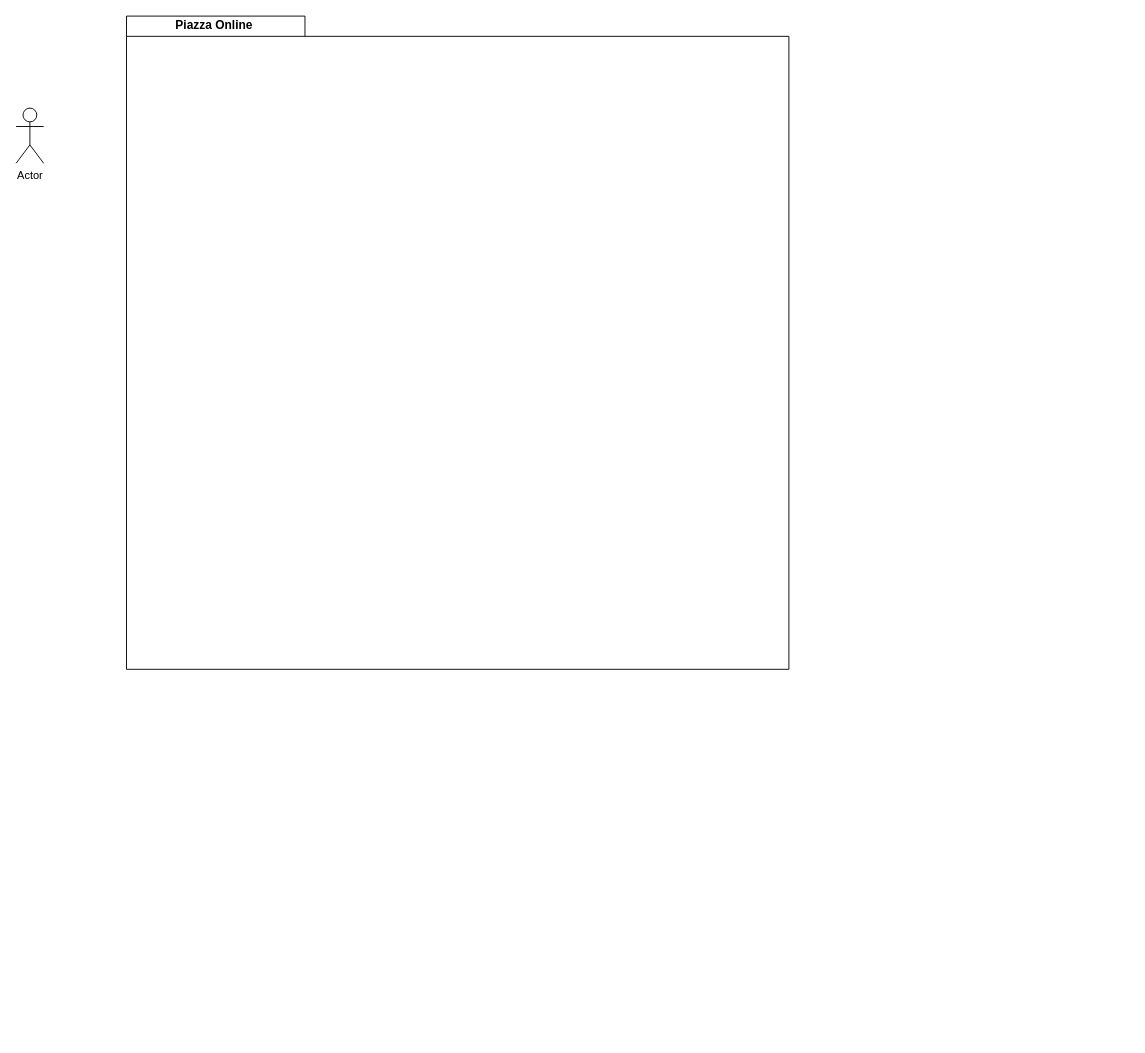
Earlier version of the draw.io diagram use_case_diagram.drawio (VladCiobotariu/InternshipProject). Source tidied: cells renumbered, new cells numbered last; positions are measured from the earlier drawing's top-left corner, leaving out a move shared by most shapes. Both pictures are drawn from the tidied source at 92%, with x=0, y=0 at pixel (16, 16).
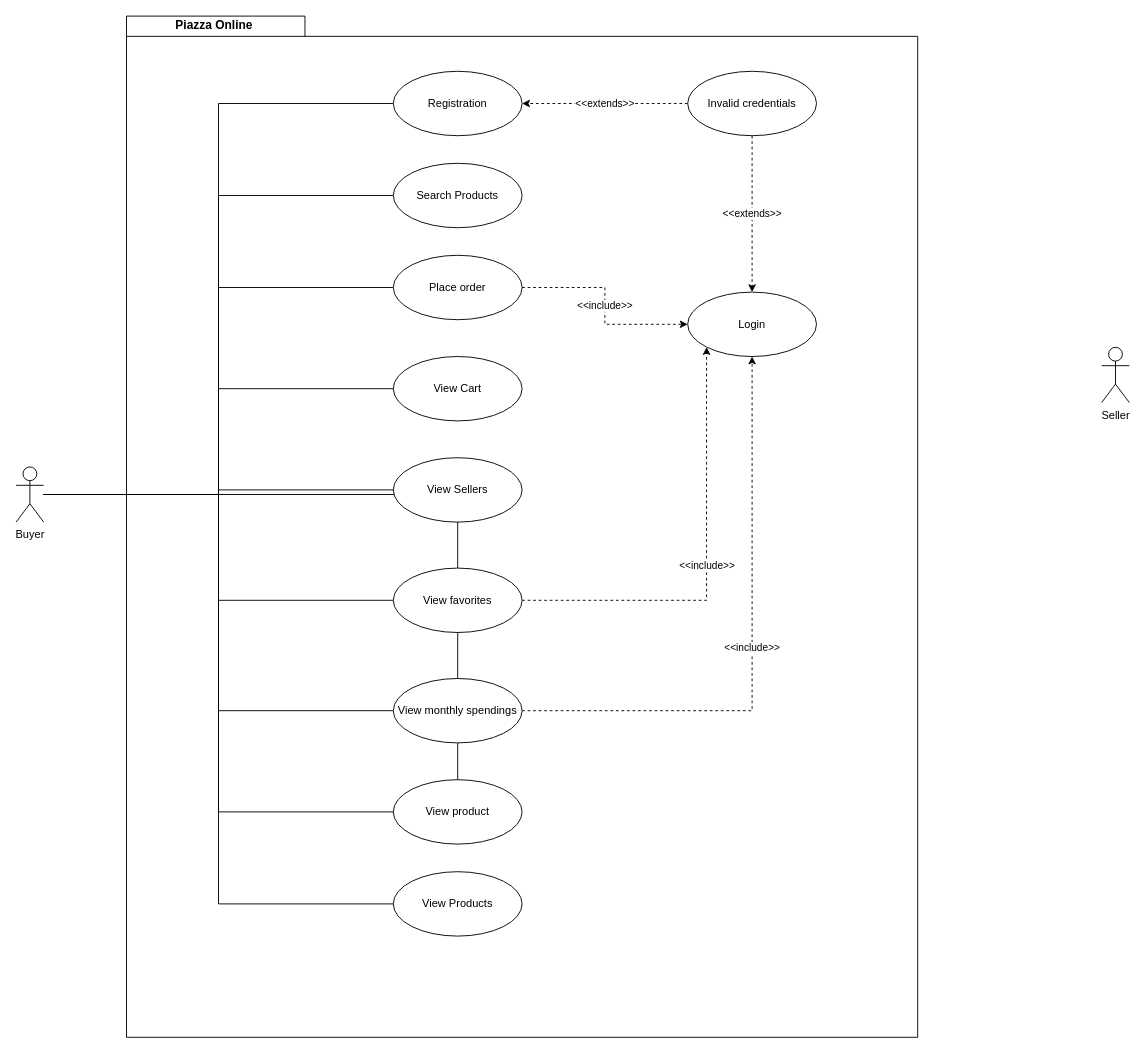
Above is the later version.

Diff of the diagram source:
```diff
@@
     <mxCell id="2" style="shape=folder;fontStyle=1;spacingTop=10;tabWidth=194;tabHeight=22;tabPosition=left;html=1;rounded=0;shadow=0;comic=0;labelBackgroundColor=none;strokeWidth=1;fillColor=none;fontFamily=Verdana;fontSize=10;align=center;" parent="1" vertex="1">
-      <mxGeometry x="120" width="720" height="710" as="geometry" />
+      <mxGeometry x="120" width="860" height="1110" as="geometry" />
     </mxCell>
+    <mxCell id="5" style="edgeStyle=orthogonalEdgeStyle;rounded=0;jettySize=auto;html=1;entryX=0;entryY=0.5;entryDx=0;entryDy=0;endArrow=none;endFill=0;" parent="1" edge="1" source="3" target="15">
+      <mxGeometry relative="1" as="geometry" />
+    </mxCell>
+    <mxCell id="6" style="edgeStyle=orthogonalEdgeStyle;rounded=0;jettySize=auto;html=1;entryX=0;entryY=0.5;entryDx=0;entryDy=0;endArrow=none;endFill=0;" parent="1" edge="1" source="3" target="18">
+      <mxGeometry relative="1" as="geometry" />
+    </mxCell>
+    <mxCell id="7" style="edgeStyle=orthogonalEdgeStyle;rounded=0;jettySize=auto;html=1;entryX=0;entryY=0.5;entryDx=0;entryDy=0;endArrow=none;endFill=0;" parent="1" edge="1" source="3" target="20">
+      <mxGeometry relative="1" as="geometry" />
+    </mxCell>
+    <mxCell id="8" style="edgeStyle=orthogonalEdgeStyle;rounded=0;jettySize=auto;html=1;entryX=0;entryY=0.5;entryDx=0;entryDy=0;endArrow=none;endFill=0;" parent="1" edge="1" source="3" target="22">
+      <mxGeometry relative="1" as="geometry" />
+    </mxCell>
+    <mxCell id="9" style="edgeStyle=orthogonalEdgeStyle;rounded=0;jettySize=auto;html=1;endArrow=none;endFill=0;" parent="1" edge="1" source="3" target="23">
+      <mxGeometry relative="1" as="geometry" />
+    </mxCell>
+    <mxCell id="10" style="edgeStyle=orthogonalEdgeStyle;rounded=0;jettySize=auto;html=1;entryX=0;entryY=0.5;entryDx=0;entryDy=0;endArrow=none;endFill=0;" parent="1" edge="1" source="3" target="25">
+      <mxGeometry relative="1" as="geometry" />
+    </mxCell>
+    <mxCell id="11" style="edgeStyle=orthogonalEdgeStyle;rounded=0;jettySize=auto;html=1;entryX=0;entryY=0.5;entryDx=0;entryDy=0;endArrow=none;endFill=0;" parent="1" edge="1" source="3" target="27">
+      <mxGeometry relative="1" as="geometry" />
+    </mxCell>
+    <mxCell id="12" style="edgeStyle=orthogonalEdgeStyle;rounded=0;jettySize=auto;html=1;endArrow=none;endFill=0;" parent="1" edge="1" source="3" target="28">
+      <mxGeometry relative="1" as="geometry" />
+    </mxCell>
+    <mxCell id="13" style="edgeStyle=orthogonalEdgeStyle;rounded=0;jettySize=auto;html=1;entryX=0;entryY=0.5;entryDx=0;entryDy=0;endArrow=none;endFill=0;" parent="1" edge="1" source="3" target="28">
+      <mxGeometry relative="1" as="geometry" />
+    </mxCell>
+    <mxCell id="14" style="edgeStyle=orthogonalEdgeStyle;rounded=0;jettySize=auto;html=1;entryX=0;entryY=0.5;entryDx=0;entryDy=0;endArrow=none;endFill=0;" parent="1" edge="1" source="3" target="21">
+      <mxGeometry relative="1" as="geometry" />
+    </mxCell>
-    <mxCell id="3" value="Actor" style="shape=umlActor;verticalLabelPosition=bottom;verticalAlign=top;html=1;outlineConnect=0;" parent="1" vertex="1">
-      <mxGeometry y="100" width="30" height="60" as="geometry" />
+    <mxCell id="3" value="Buyer" style="shape=umlActor;verticalLabelPosition=bottom;verticalAlign=top;html=1;outlineConnect=0;" parent="1" vertex="1">
+      <mxGeometry y="490" width="30" height="60" as="geometry" />
     </mxCell>
@@
+    <mxCell id="15" value="Registration" style="ellipse;whiteSpace=wrap;html=1;" parent="1" vertex="1">
+      <mxGeometry x="410" y="60" width="140" height="70" as="geometry" />
+    </mxCell>
+    <mxCell id="16" value="Seller" style="shape=umlActor;verticalLabelPosition=bottom;verticalAlign=top;html=1;" parent="1" vertex="1">
+      <mxGeometry x="1180" y="360" width="30" height="60" as="geometry" />
+    </mxCell>
+    <mxCell id="17" value="Login" style="ellipse;whiteSpace=wrap;html=1;" parent="1" vertex="1">
+      <mxGeometry x="730" y="300" width="140" height="70" as="geometry" />
+    </mxCell>
+    <mxCell id="18" value="Search Products" style="ellipse;whiteSpace=wrap;html=1;" parent="1" vertex="1">
+      <mxGeometry x="410" y="160" width="140" height="70" as="geometry" />
+    </mxCell>
+    <mxCell id="19" value="&amp;lt;&amp;lt;include&amp;gt;&amp;gt;" style="edgeStyle=orthogonalEdgeStyle;rounded=0;jettySize=auto;html=1;exitX=1;exitY=0.5;exitDx=0;exitDy=0;dashed=1;" parent="1" edge="1" source="20" target="17">
+      <mxGeometry relative="1" as="geometry" />
+    </mxCell>
+    <mxCell id="20" value="Place order" style="ellipse;whiteSpace=wrap;html=1;" parent="1" vertex="1">
+      <mxGeometry x="410" y="260" width="140" height="70" as="geometry" />
+    </mxCell>
+    <mxCell id="21" value="View Products" style="ellipse;whiteSpace=wrap;html=1;" parent="1" vertex="1">
+      <mxGeometry x="410" y="930" width="140" height="70" as="geometry" />
+    </mxCell>
+    <mxCell id="22" value="View Cart" style="ellipse;whiteSpace=wrap;html=1;" parent="1" vertex="1">
+      <mxGeometry x="410" y="370" width="140" height="70" as="geometry" />
+    </mxCell>
+    <mxCell id="23" value="View Sellers" style="ellipse;whiteSpace=wrap;html=1;" parent="1" vertex="1">
+      <mxGeometry x="410" y="480" width="140" height="70" as="geometry" />
+    </mxCell>
+    <mxCell id="24" value="&amp;lt;&amp;lt;include&amp;gt;&amp;gt;" style="edgeStyle=orthogonalEdgeStyle;rounded=0;jettySize=auto;html=1;entryX=0;entryY=1;entryDx=0;entryDy=0;dashed=1;" parent="1" edge="1" source="25" target="17">
+      <mxGeometry relative="1" as="geometry" />
+    </mxCell>
+    <mxCell id="25" value="View favorites" style="ellipse;whiteSpace=wrap;html=1;" parent="1" vertex="1">
+      <mxGeometry x="410" y="600" width="140" height="70" as="geometry" />
+    </mxCell>
+    <mxCell id="26" value="&amp;lt;&amp;lt;include&amp;gt;&amp;gt;" style="edgeStyle=orthogonalEdgeStyle;rounded=0;jettySize=auto;html=1;exitX=1;exitY=0.5;exitDx=0;exitDy=0;dashed=1;" parent="1" edge="1" source="27" target="17">
+      <mxGeometry relative="1" as="geometry" />
+    </mxCell>
+    <mxCell id="27" value="View monthly spendings" style="ellipse;whiteSpace=wrap;html=1;" parent="1" vertex="1">
+      <mxGeometry x="410" y="720" width="140" height="70" as="geometry" />
+    </mxCell>
+    <mxCell id="28" value="View product" style="ellipse;whiteSpace=wrap;html=1;" parent="1" vertex="1">
+      <mxGeometry x="410" y="830" width="140" height="70" as="geometry" />
+    </mxCell>
+    <mxCell id="29" value="&amp;lt;&amp;lt;extends&amp;gt;&amp;gt;" style="edgeStyle=orthogonalEdgeStyle;rounded=0;jettySize=auto;html=1;exitX=0;exitY=0.5;exitDx=0;exitDy=0;entryX=1;entryY=0.5;entryDx=0;entryDy=0;dashed=1;" parent="1" edge="1" source="31" target="15">
+      <mxGeometry relative="1" as="geometry" />
+    </mxCell>
+    <mxCell id="30" value="&amp;lt;&amp;lt;extends&amp;gt;&amp;gt;" style="edgeStyle=orthogonalEdgeStyle;rounded=0;jettySize=auto;html=1;exitX=0.5;exitY=1;exitDx=0;exitDy=0;entryX=0.5;entryY=0;entryDx=0;entryDy=0;dashed=1;" parent="1" edge="1" source="31" target="17">
+      <mxGeometry relative="1" as="geometry" />
+    </mxCell>
+    <mxCell id="31" value="Invalid credentials" style="ellipse;whiteSpace=wrap;html=1;" parent="1" vertex="1">
+      <mxGeometry x="730" y="60" width="140" height="70" as="geometry" />
+    </mxCell>
```
